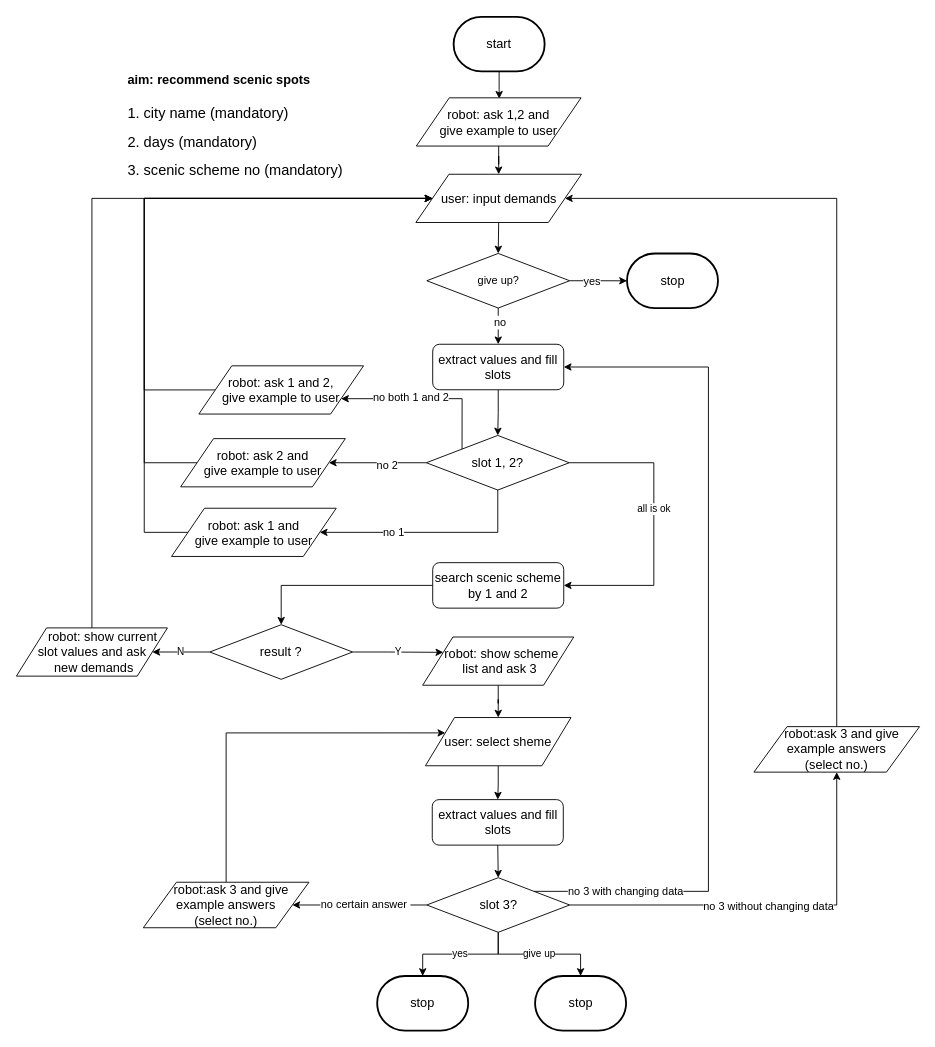
Above: flow_diagram/scenic_plan.drawio in ricosr/travel_consult_chatbot (draw.io), before the change. Source tidied: cells renumbered, new cells numbered last; positions are measured from the earlier drawing's top-left corner, leaving out a move shared by most shapes. Both pictures are drawn from the tidied source at 91%, with x=0, y=0 at pixel (16, 16).
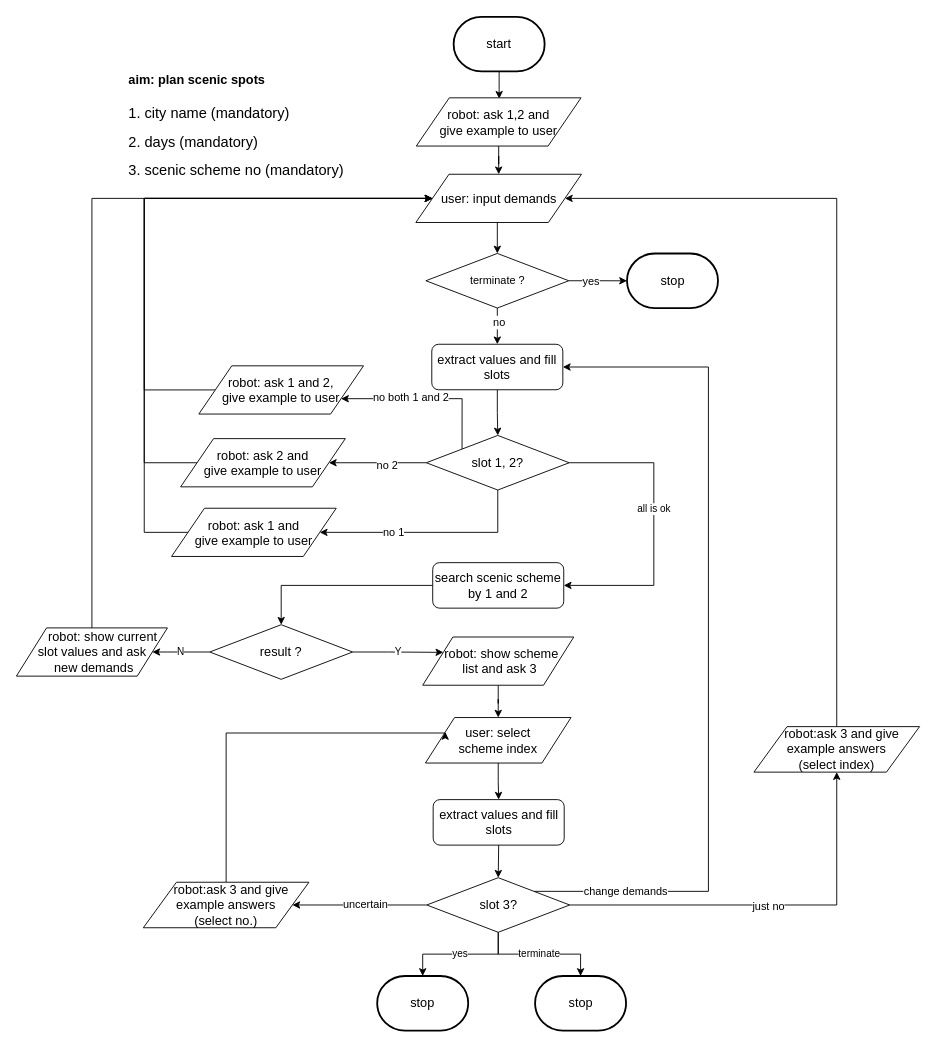
The same page after the edit.

Unchanged cells that the change refers to:
```xml
<mxCell id="22" style="edgeStyle=orthogonalEdgeStyle;rounded=0;jettySize=auto;html=1;exitX=0;exitY=0.5;exitDx=0;exitDy=0;entryX=1;entryY=0.5;entryDx=0;entryDy=0;" parent="1" edge="1" source="28" target="40">
  <mxGeometry relative="1" as="geometry" />
</mxCell>
<mxCell id="24" style="edgeStyle=orthogonalEdgeStyle;rounded=0;jettySize=auto;html=1;exitX=1;exitY=0;exitDx=0;exitDy=0;entryX=1;entryY=0.5;entryDx=0;entryDy=0;" parent="1" edge="1" source="28" target="31">
  <mxGeometry relative="1" as="geometry">
    <Array as="points">
      <mxPoint x="760" y="961" />
      <mxPoint x="760" y="385" />
    </Array>
  </mxGeometry>
</mxCell>
<mxCell id="26" style="edgeStyle=orthogonalEdgeStyle;rounded=0;jettySize=auto;html=1;exitX=1;exitY=0.5;exitDx=0;exitDy=0;entryX=0.5;entryY=1;entryDx=0;entryDy=0;" parent="1" edge="1" source="28" target="53">
  <mxGeometry relative="1" as="geometry" />
</mxCell>
<mxCell id="28" value="&lt;font style=&quot;font-size: 14px&quot;&gt;slot 3?&lt;br&gt;&lt;/font&gt;" style="rhombus;whiteSpace=wrap;html=1;" parent="1" vertex="1">
  <mxGeometry x="450.5" y="946" width="157" height="60" as="geometry" />
</mxCell>
<mxCell id="38" value="&lt;font style=&quot;font-size: 14px&quot;&gt;stop&lt;/font&gt;" style="strokeWidth=2;html=1;shape=mxgraph.flowchart.terminator;whiteSpace=wrap;" parent="1" vertex="1">
  <mxGeometry x="569.5" y="1054" width="100" height="60" as="geometry" />
</mxCell>
```

What changed in the source:
```diff
@@
-    <mxCell id="2" value="&lt;h1&gt;&lt;font style=&quot;font-size: 14px&quot;&gt;aim:&amp;nbsp;recommend scenic spots&lt;/font&gt;&lt;/h1&gt;&lt;p&gt;&lt;font size=&quot;3&quot;&gt;1. city name (mandatory)&lt;br&gt;&lt;/font&gt;&lt;/p&gt;&lt;p&gt;&lt;font size=&quot;3&quot;&gt;2. days (mandatory)&lt;/font&gt;&lt;/p&gt;&lt;p&gt;&lt;font size=&quot;3&quot;&gt;3. scenic scheme no (mandatory)&amp;nbsp;&lt;/font&gt;&lt;/p&gt;" style="text;html=1;strokeColor=none;fillColor=none;spacing=5;spacingTop=-20;whiteSpace=wrap;overflow=hidden;rounded=0;" parent="1" vertex="1">
-      <mxGeometry x="117" y="45.5" width="330" height="140" as="geometry" />
+    <mxCell id="2" value="&lt;h1&gt;&lt;font style=&quot;font-size: 14px&quot;&gt;aim: plan scenic spots&lt;/font&gt;&lt;/h1&gt;&lt;p&gt;&lt;font size=&quot;3&quot;&gt;1. city name (mandatory)&lt;br&gt;&lt;/font&gt;&lt;/p&gt;&lt;p&gt;&lt;font size=&quot;3&quot;&gt;2. days (mandatory)&lt;/font&gt;&lt;/p&gt;&lt;p&gt;&lt;font size=&quot;3&quot;&gt;3. scenic scheme no (mandatory)&amp;nbsp;&lt;/font&gt;&lt;/p&gt;" style="text;html=1;strokeColor=none;fillColor=none;spacing=5;spacingTop=-20;whiteSpace=wrap;overflow=hidden;rounded=0;" parent="1" vertex="1">
+      <mxGeometry x="118" y="45.5" width="330" height="140" as="geometry" />
     </mxCell>
@@
-    <mxCell id="19" value="&lt;span style=&quot;font-size: 14px&quot;&gt;user: select sheme&lt;/span&gt;" style="shape=parallelogram;perimeter=parallelogramPerimeter;whiteSpace=wrap;html=1;" parent="1" vertex="1">
-      <mxGeometry x="449" y="770" width="160" height="53" as="geometry" />
+    <mxCell id="19" value="&lt;span style=&quot;font-size: 14px&quot;&gt;user: select &lt;br&gt;scheme index&lt;br&gt;&lt;/span&gt;" style="shape=parallelogram;perimeter=parallelogramPerimeter;whiteSpace=wrap;html=1;" parent="1" vertex="1">
+      <mxGeometry x="449" y="770" width="160" height="50" as="geometry" />
     </mxCell>
@@
-    <mxCell id="21" value="give up" style="edgeStyle=orthogonalEdgeStyle;rounded=0;jettySize=auto;html=1;exitX=0.5;exitY=1;exitDx=0;exitDy=0;entryX=0.5;entryY=0;entryDx=0;entryDy=0;entryPerimeter=0;" parent="1" edge="1" source="28" target="38">
+    <mxCell id="21" value="terminate" style="edgeStyle=orthogonalEdgeStyle;rounded=0;jettySize=auto;html=1;exitX=0.5;exitY=1;exitDx=0;exitDy=0;entryX=0.5;entryY=0;entryDx=0;entryDy=0;entryPerimeter=0;" parent="1" edge="1" source="28" target="38">
       <mxGeometry relative="1" as="geometry">
         <Array as="points">
           <mxPoint x="529" y="1030" />
           <mxPoint x="620" y="1030" />
         </Array>
       </mxGeometry>
     </mxCell>
@@
-    <mxCell id="23" value="no certain answer&amp;nbsp;" style="text;html=1;align=center;verticalAlign=middle;labelBackgroundColor=#ffffff;" parent="22" vertex="1">
+    <mxCell id="23" value="uncertain" style="text;html=1;align=center;verticalAlign=middle;labelBackgroundColor=#ffffff;" parent="22" vertex="1">
       <mxGeometry x="-0.08" y="-1" relative="1" as="geometry" />
     </mxCell>
@@
-    <mxCell id="25" value="no 3 with changing data" style="text;html=1;align=center;verticalAlign=middle;labelBackgroundColor=#ffffff;" parent="24" vertex="1">
+    <mxCell id="25" value="change demands" style="text;html=1;align=center;verticalAlign=middle;labelBackgroundColor=#ffffff;" parent="24" vertex="1">
       <mxGeometry x="-0.89" y="-3" relative="1" as="geometry">
         <mxPoint x="49" y="-3" as="offset" />
       </mxGeometry>
     </mxCell>
@@
-    <mxCell id="27" value="no 3 without changing data" style="text;html=1;align=center;verticalAlign=middle;labelBackgroundColor=#ffffff;" parent="26" vertex="1">
+    <mxCell id="27" value="just no" style="text;html=1;align=center;verticalAlign=middle;labelBackgroundColor=#ffffff;" parent="26" vertex="1">
       <mxGeometry x="-0.01" y="-1" relative="1" as="geometry" />
     </mxCell>
@@
     <mxCell id="31" value="&lt;font style=&quot;font-size: 14px&quot;&gt;extract values and fill slots&lt;/font&gt;" style="rounded=1;whiteSpace=wrap;html=1;" parent="1" vertex="1">
-      <mxGeometry x="457" y="359.8" width="144" height="50" as="geometry" />
+      <mxGeometry x="456" y="359.8" width="144" height="50" as="geometry" />
     </mxCell>
@@
-    <mxCell id="36" value="give up?" style="rhombus;whiteSpace=wrap;html=1;" parent="1" vertex="1">
-      <mxGeometry x="450.5" y="260" width="157" height="60" as="geometry" />
+    <mxCell id="36" value="terminate ?" style="rhombus;whiteSpace=wrap;html=1;" parent="1" vertex="1">
+      <mxGeometry x="449.5" y="260" width="157" height="60" as="geometry" />
     </mxCell>
@@
     <mxCell id="51" value="&lt;font style=&quot;font-size: 14px&quot;&gt;extract values and fill slots&lt;/font&gt;" style="rounded=1;whiteSpace=wrap;html=1;" parent="1" vertex="1">
-      <mxGeometry x="456.5" y="860.2" width="144" height="50" as="geometry" />
+      <mxGeometry x="457.5" y="860.2" width="144" height="50" as="geometry" />
     </mxCell>
@@
-    <mxCell id="53" value="&lt;span style=&quot;font-size: 14px&quot;&gt;&amp;nbsp; &amp;nbsp;robot:ask 3 and give example answers&lt;br&gt;(select no.)&lt;/span&gt;" style="shape=parallelogram;perimeter=parallelogramPerimeter;whiteSpace=wrap;html=1;" parent="1" vertex="1">
+    <mxCell id="53" value="&lt;span style=&quot;font-size: 14px&quot;&gt;&amp;nbsp; &amp;nbsp;robot:ask 3 and give example answers&lt;br&gt;(select index)&lt;/span&gt;" style="shape=parallelogram;perimeter=parallelogramPerimeter;whiteSpace=wrap;html=1;" parent="1" vertex="1">
       <mxGeometry x="810" y="780" width="182" height="50" as="geometry" />
     </mxCell>
```
